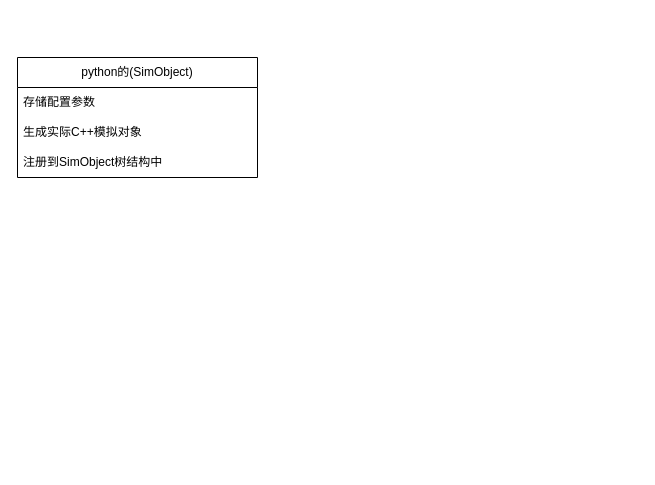
Above: Gem5.drawio in Cain252199/MyNoteBook (draw.io), before the change. Source tidied: cells renumbered, new cells numbered last; positions are measured from the earlier drawing's top-left corner, leaving out a move shared by most shapes. Both pictures are drawn from the tidied source at 100%, with x=0, y=0 at pixel (17, 57).
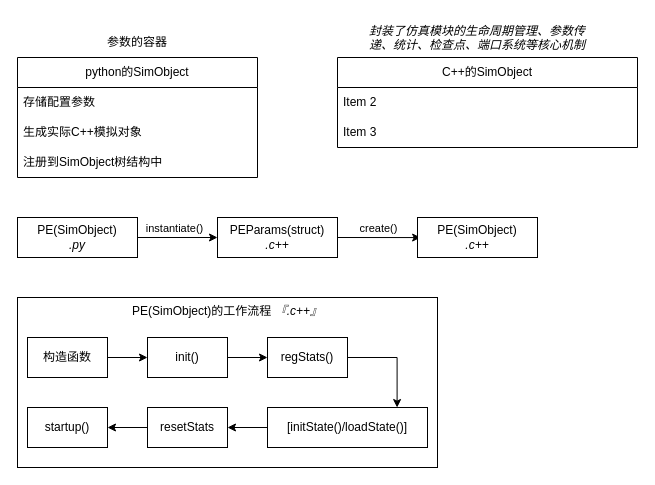
Above is the later version.

Change to the diagram source:
```diff
@@
-    <mxCell id="2" value="python的(SimObject)" style="swimlane;fontStyle=0;horizontal=1;startSize=30;whiteSpace=wrap;html=1;" parent="1" vertex="1">
+    <mxCell id="2" value="python的SimObject" style="swimlane;fontStyle=0;horizontal=1;startSize=30;whiteSpace=wrap;html=1;" parent="1" vertex="1">
       <mxGeometry width="240" height="120" as="geometry" />
     </mxCell>
@@
+    <mxCell id="6" value="参数的容器" style="text;html=1;align=center;verticalAlign=middle;whiteSpace=wrap;rounded=0;" parent="1" vertex="1">
+      <mxGeometry x="80" y="-30" width="80" height="30" as="geometry" />
+    </mxCell>
+    <mxCell id="7" value="&lt;div&gt;PEParams(struct)&lt;/div&gt;&lt;div&gt;&lt;i&gt;.c++&lt;/i&gt;&lt;/div&gt;" style="rounded=0;whiteSpace=wrap;html=1;" parent="1" vertex="1">
+      <mxGeometry x="200" y="160" width="120" height="40" as="geometry" />
+    </mxCell>
+    <mxCell id="8" value="&lt;div&gt;PE(SimObject)&lt;/div&gt;&lt;div&gt;&lt;i&gt;.py&lt;/i&gt;&lt;/div&gt;" style="rounded=0;whiteSpace=wrap;html=1;" parent="1" vertex="1">
+      <mxGeometry y="160" width="120" height="40" as="geometry" />
+    </mxCell>
+    <mxCell id="9" style="endArrow=classic;html=1;rounded=0;" parent="1" edge="1" target="7">
+      <mxGeometry relative="1" as="geometry">
+        <mxPoint x="120" y="180" as="sourcePoint" />
+      </mxGeometry>
+    </mxCell>
+    <mxCell id="10" value="instantiate()" style="edgeLabel;html=1;align=center;verticalAlign=middle;" parent="9" vertex="1">
+      <mxGeometry x="-0.09" relative="1" as="geometry">
+        <mxPoint y="-10" as="offset" />
+      </mxGeometry>
+    </mxCell>
+    <mxCell id="11" style="endArrow=classic;html=1;rounded=0;exitX=1;exitY=0.5;exitDx=0;exitDy=0;entryX=0.026;entryY=0.502;entryDx=0;entryDy=0;entryPerimeter=0;" parent="1" edge="1" source="7" target="13">
+      <mxGeometry relative="1" as="geometry" />
+    </mxCell>
+    <mxCell id="12" value="create()" style="edgeLabel;html=1;align=center;verticalAlign=middle;" parent="11" vertex="1">
+      <mxGeometry x="-0.3" y="1" relative="1" as="geometry">
+        <mxPoint x="11" y="-9" as="offset" />
+      </mxGeometry>
+    </mxCell>
+    <mxCell id="13" value="&lt;div&gt;PE(SimObject)&lt;/div&gt;&lt;div&gt;&lt;i&gt;.c++&lt;/i&gt;&lt;/div&gt;" style="rounded=0;whiteSpace=wrap;html=1;" parent="1" vertex="1">
+      <mxGeometry x="400" y="160" width="120" height="40" as="geometry" />
+    </mxCell>
+    <mxCell id="14" value="C++的SimObject" style="swimlane;fontStyle=0;horizontal=1;startSize=30;whiteSpace=wrap;html=1;" parent="1" vertex="1">
+      <mxGeometry x="320" width="300" height="90" as="geometry" />
+    </mxCell>
+    <mxCell id="15" value="Item 2" style="text;strokeColor=none;fillColor=none;align=left;verticalAlign=middle;spacingLeft=4;spacingRight=4;overflow=hidden;whiteSpace=wrap;html=1;" parent="14" vertex="1">
+      <mxGeometry y="30" width="300" height="30" as="geometry" />
+    </mxCell>
+    <mxCell id="16" value="Item 3" style="text;strokeColor=none;fillColor=none;align=left;verticalAlign=middle;spacingLeft=4;spacingRight=4;overflow=hidden;whiteSpace=wrap;html=1;" parent="14" vertex="1">
+      <mxGeometry y="60" width="300" height="30" as="geometry" />
+    </mxCell>
+    <mxCell id="17" value="封装了仿真模块的生命周期管理、参数传递、统计、检查点、端口系统等核心机制" style="text;whiteSpace=wrap;html=1;fontStyle=2;" parent="1" vertex="1">
+      <mxGeometry x="350" y="-40" width="240" height="40" as="geometry" />
+    </mxCell>
+    <mxCell id="18" value="&lt;div&gt;PE(SimObject)的工作流程&amp;nbsp;&lt;i&gt;『.c++』&lt;/i&gt;&lt;/div&gt;&lt;div&gt;&lt;i&gt;&lt;br&gt;&lt;/i&gt;&lt;/div&gt;" style="rounded=0;whiteSpace=wrap;html=1;verticalAlign=top;" parent="1" vertex="1">
+      <mxGeometry y="240" width="420" height="170" as="geometry" />
+    </mxCell>
+    <mxCell id="19" style="group;" parent="1" vertex="1">
+      <mxGeometry x="10" y="280" width="400" height="110" as="geometry" />
+    </mxCell>
+    <mxCell id="20" style="edgeStyle=orthogonalEdgeStyle;rounded=0;jettySize=auto;html=1;" parent="19" edge="1" source="21" target="23">
+      <mxGeometry relative="1" as="geometry" />
+    </mxCell>
+    <mxCell id="21" value="构造函数" style="rounded=0;whiteSpace=wrap;html=1;" parent="19" vertex="1">
+      <mxGeometry width="80" height="40" as="geometry" />
+    </mxCell>
+    <mxCell id="22" style="edgeStyle=orthogonalEdgeStyle;rounded=0;jettySize=auto;html=1;" parent="19" edge="1" source="23" target="25">
+      <mxGeometry relative="1" as="geometry" />
+    </mxCell>
+    <mxCell id="23" value="init()" style="whiteSpace=wrap;html=1;rounded=0;" parent="19" vertex="1">
+      <mxGeometry x="120" width="80" height="40" as="geometry" />
+    </mxCell>
+    <mxCell id="24" style="edgeStyle=orthogonalEdgeStyle;rounded=0;jettySize=auto;html=1;exitX=1;exitY=0.5;exitDx=0;exitDy=0;entryX=0.81;entryY=0.001;entryDx=0;entryDy=0;entryPerimeter=0;" parent="19" edge="1" source="25" target="27">
+      <mxGeometry relative="1" as="geometry">
+        <Array as="points">
+          <mxPoint x="370" y="20" />
+          <mxPoint x="370" y="70" />
+        </Array>
+      </mxGeometry>
+    </mxCell>
+    <mxCell id="25" value="regStats()" style="whiteSpace=wrap;html=1;rounded=0;" parent="19" vertex="1">
+      <mxGeometry x="240" width="80" height="40" as="geometry" />
+    </mxCell>
+    <mxCell id="26" style="edgeStyle=orthogonalEdgeStyle;rounded=0;jettySize=auto;html=1;" parent="19" edge="1" source="27" target="29">
+      <mxGeometry relative="1" as="geometry" />
+    </mxCell>
+    <mxCell id="27" value="[initState()/loadState()]" style="whiteSpace=wrap;html=1;rounded=0;" parent="19" vertex="1">
+      <mxGeometry x="240" y="70" width="160" height="40" as="geometry" />
+    </mxCell>
+    <mxCell id="28" style="edgeStyle=orthogonalEdgeStyle;rounded=0;jettySize=auto;html=1;" parent="19" edge="1" source="29" target="30">
+      <mxGeometry relative="1" as="geometry" />
+    </mxCell>
+    <mxCell id="29" value="resetStats" style="whiteSpace=wrap;html=1;rounded=0;" parent="19" vertex="1">
+      <mxGeometry x="120" y="70" width="80" height="40" as="geometry" />
+    </mxCell>
+    <mxCell id="30" value="startup()" style="whiteSpace=wrap;html=1;rounded=0;" parent="19" vertex="1">
+      <mxGeometry y="70" width="80" height="40" as="geometry" />
+    </mxCell>
```
